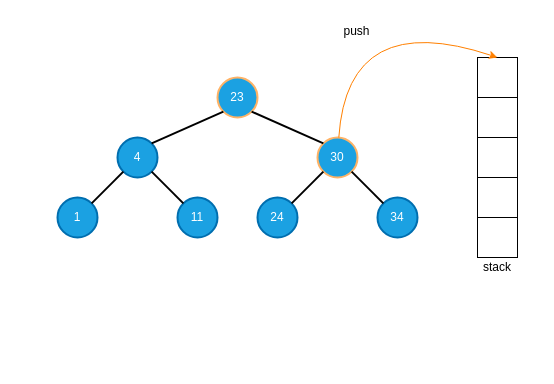
The draw.io diagram page "03" (3 of 37) of diagrams/binary_tree_postorder_non_recursive.drawio in burpeesDaily/forest-python, before the edit. Source tidied: cells renumbered, new cells numbered last; positions are measured from the earlier drawing's top-left corner, leaving out a move shared by most shapes. Both pictures are drawn from the tidied source at 100%, with x=0, y=0 at pixel (17, 7).
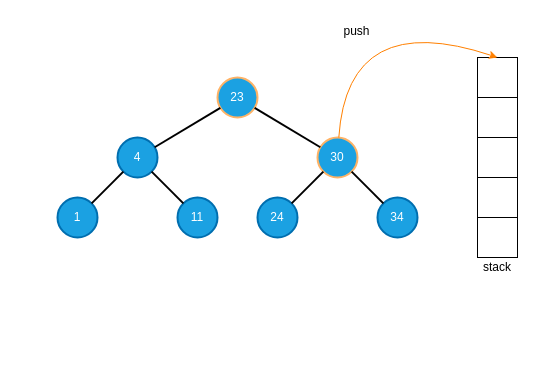
After the change.

The change refers to these unchanged cells:
```xml
<mxCell id="3" value="23" style="ellipse;whiteSpace=wrap;html=1;strokeColor=#FFB366;strokeWidth=2;fillColor=#1ba1e2;fontColor=#ffffff;" parent="1" vertex="1">
  <mxGeometry x="200" y="70" width="40" height="40" as="geometry" />
</mxCell>
<mxCell id="4" value="4" style="ellipse;whiteSpace=wrap;html=1;strokeColor=#006EAF;strokeWidth=2;fillColor=#1ba1e2;fontColor=#ffffff;" parent="1" vertex="1">
  <mxGeometry x="100" y="130" width="40" height="40" as="geometry" />
</mxCell>
<mxCell id="5" value="30" style="ellipse;whiteSpace=wrap;html=1;strokeColor=#FFB366;strokeWidth=2;fillColor=#1ba1e2;fontColor=#ffffff;" parent="1" vertex="1">
  <mxGeometry x="300" y="130" width="40" height="40" as="geometry" />
</mxCell>
```

The edit, as a diff of the source:
```diff
@@
-    <mxCell id="10" style="endArrow=none;html=1;strokeColor=#000000;strokeWidth=2;entryX=0;entryY=1;entryDx=0;entryDy=0;exitX=1;exitY=0;exitDx=0;exitDy=0;" parent="1" edge="1" source="4" target="3">
+    <mxCell id="10" style="endArrow=none;html=1;strokeColor=#000000;strokeWidth=2;" parent="1" edge="1" source="4" target="3">
       <mxGeometry relative="1" as="geometry" />
     </mxCell>
-    <mxCell id="11" style="endArrow=none;html=1;strokeColor=#000000;strokeWidth=2;entryX=1;entryY=1;entryDx=0;entryDy=0;exitX=0;exitY=0;exitDx=0;exitDy=0;" parent="1" edge="1" source="5" target="3">
+    <mxCell id="11" style="endArrow=none;html=1;strokeColor=#000000;strokeWidth=2;" parent="1" edge="1" source="5" target="3">
       <mxGeometry relative="1" as="geometry" />
     </mxCell>
```
